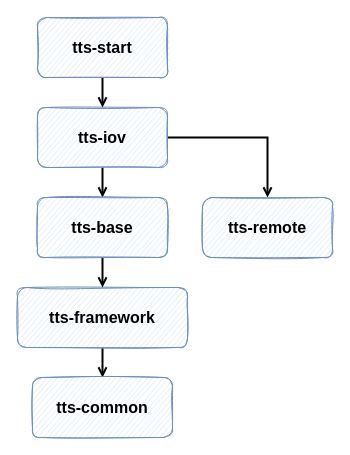
Before: images/新tts依赖关系.drawio in FangYuan33/transportation-track-system, a draw.io diagram. Source tidied: cells renumbered, new cells numbered last; positions are measured from the earlier drawing's top-left corner, leaving out a move shared by most shapes. Both pictures are drawn from the tidied source at 100%, with x=0, y=0 at pixel (17, 17).
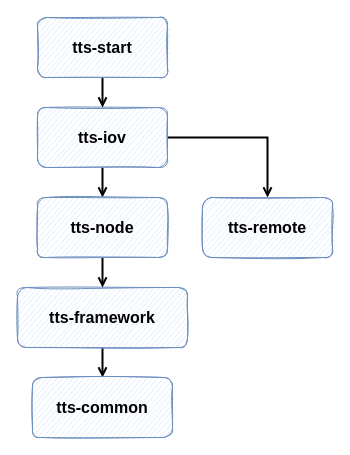
The same page after the edit.

Commit message (it also covers changes not shown here):
修正图片内容

Change to the diagram source:
```diff
@@
 <mxGraphModel>
   <root>
     <mxCell id="0" />
     <mxCell id="1" parent="0" />
     <mxCell id="2" style="edgeStyle=orthogonalEdgeStyle;rounded=0;jettySize=auto;html=1;strokeWidth=2;endArrow=open;endFill=0;" parent="1" edge="1" source="4" target="9">
       <mxGeometry relative="1" as="geometry" />
     </mxCell>
     <mxCell id="3" style="edgeStyle=orthogonalEdgeStyle;rounded=0;jettySize=auto;html=1;exitX=1;exitY=0.5;exitDx=0;exitDy=0;entryX=0.5;entryY=0;entryDx=0;entryDy=0;strokeWidth=2;endArrow=open;endFill=0;" parent="1" edge="1" source="4" target="12">
       <mxGeometry relative="1" as="geometry" />
     </mxCell>
     <mxCell id="4" value="&lt;font style=&quot;font-size: 16px;&quot;&gt;&lt;b&gt;tts-iov&lt;/b&gt;&lt;/font&gt;" style="rounded=1;whiteSpace=wrap;html=1;sketch=1;fillColor=#dae8fc;strokeColor=#6c8ebf;" parent="1" vertex="1">
       <mxGeometry x="20" y="90" width="130" height="60" as="geometry" />
     </mxCell>
     <mxCell id="5" style="edgeStyle=orthogonalEdgeStyle;rounded=0;jettySize=auto;html=1;endArrow=open;endFill=0;strokeWidth=2;" parent="1" edge="1" source="6" target="7">
       <mxGeometry relative="1" as="geometry" />
     </mxCell>
     <mxCell id="6" value="&lt;font style=&quot;font-size: 16px;&quot;&gt;&lt;b&gt;tts-framework&lt;/b&gt;&lt;/font&gt;" style="rounded=1;whiteSpace=wrap;html=1;sketch=1;fillColor=#dae8fc;strokeColor=#6c8ebf;" parent="1" vertex="1">
       <mxGeometry y="270" width="170" height="60" as="geometry" />
     </mxCell>
     <mxCell id="7" value="&lt;font style=&quot;font-size: 16px;&quot;&gt;&lt;b&gt;tts-common&lt;/b&gt;&lt;/font&gt;" style="rounded=1;whiteSpace=wrap;html=1;sketch=1;fillColor=#dae8fc;strokeColor=#6c8ebf;" parent="1" vertex="1">
       <mxGeometry x="15" y="360" width="140" height="60" as="geometry" />
     </mxCell>
     <mxCell id="8" style="edgeStyle=orthogonalEdgeStyle;rounded=0;jettySize=auto;html=1;strokeWidth=2;endArrow=open;endFill=0;" parent="1" edge="1" source="9" target="6">
       <mxGeometry relative="1" as="geometry" />
     </mxCell>
-    <mxCell id="9" value="&lt;font style=&quot;font-size: 16px;&quot;&gt;&lt;b&gt;tts-base&lt;/b&gt;&lt;/font&gt;" style="rounded=1;whiteSpace=wrap;html=1;sketch=1;fillColor=#dae8fc;strokeColor=#6c8ebf;" parent="1" vertex="1">
+    <mxCell id="9" value="&lt;font style=&quot;font-size: 16px;&quot;&gt;&lt;b&gt;tts-node&lt;/b&gt;&lt;/font&gt;" style="rounded=1;whiteSpace=wrap;html=1;sketch=1;fillColor=#dae8fc;strokeColor=#6c8ebf;" parent="1" vertex="1">
       <mxGeometry x="20" y="180" width="130" height="60" as="geometry" />
     </mxCell>
     <mxCell id="10" style="edgeStyle=orthogonalEdgeStyle;rounded=0;jettySize=auto;html=1;exitX=0.5;exitY=1;exitDx=0;exitDy=0;entryX=0.5;entryY=0;entryDx=0;entryDy=0;strokeWidth=2;endArrow=open;endFill=0;" parent="1" edge="1" source="11" target="4">
       <mxGeometry relative="1" as="geometry" />
     </mxCell>
     <mxCell id="11" value="&lt;font style=&quot;font-size: 16px;&quot;&gt;&lt;b&gt;tts-start&lt;/b&gt;&lt;/font&gt;" style="rounded=1;whiteSpace=wrap;html=1;sketch=1;fillColor=#dae8fc;strokeColor=#6c8ebf;" parent="1" vertex="1">
       <mxGeometry x="20" width="130" height="60" as="geometry" />
     </mxCell>
     <mxCell id="12" value="&lt;font style=&quot;font-size: 16px;&quot;&gt;&lt;b&gt;tts-remote&lt;/b&gt;&lt;/font&gt;" style="rounded=1;whiteSpace=wrap;html=1;sketch=1;fillColor=#dae8fc;strokeColor=#6c8ebf;" parent="1" vertex="1">
       <mxGeometry x="185" y="180" width="130" height="60" as="geometry" />
     </mxCell>
   </root>
 </mxGraphModel>
```
